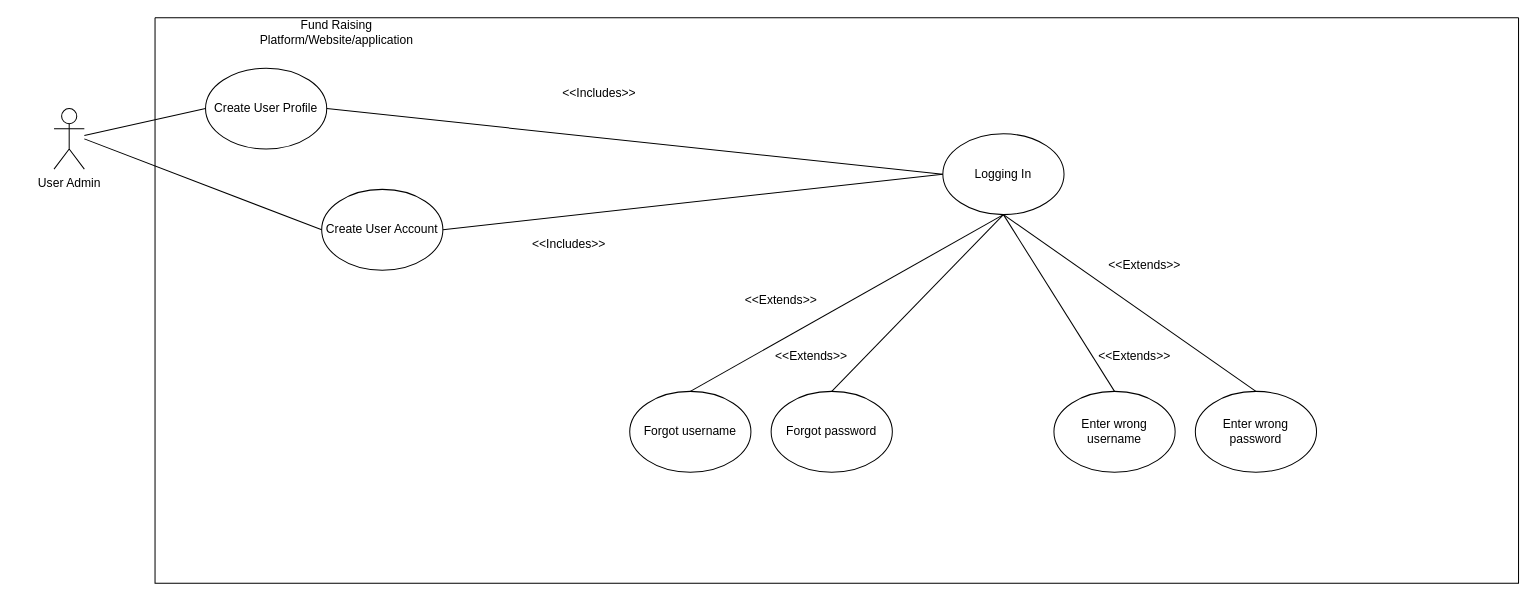
Above: page "User Admin Use Case Diagram" (1 of 35) of Diagrams/CSIT 314 Brain Boost Diagrams.drawio in allanchia1-stack/brain-boost (draw.io), before the change. Source tidied: cells renumbered, new cells numbered last; positions are measured from the earlier drawing's top-left corner, leaving out a move shared by most shapes. Both pictures are drawn from the tidied source at 101%, with x=0, y=0 at pixel (54, 17).
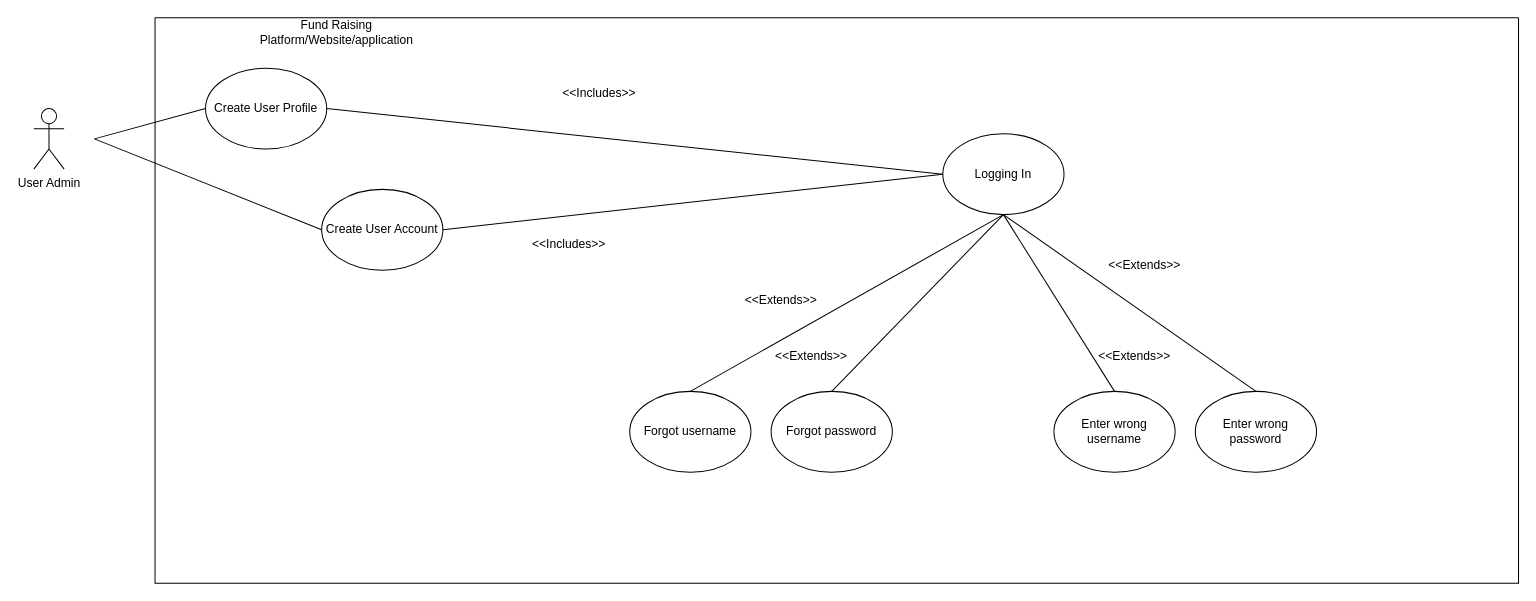
Above is the later version.

The change refers to these unchanged cells:
```xml
<mxCell id="5" value="Create User Profile" style="ellipse;whiteSpace=wrap;html=1;fillStyle=auto;fillColor=none;" parent="3" vertex="1">
  <mxGeometry x="50" y="50" width="120" height="80" as="geometry" />
</mxCell>
<mxCell id="6" value="Create User Account" style="ellipse;whiteSpace=wrap;html=1;fillStyle=auto;fillColor=none;" parent="3" vertex="1">
  <mxGeometry x="165" y="170" width="120" height="80" as="geometry" />
</mxCell>
```

Change to the diagram source:
```diff
@@
     <mxCell id="2" value="User Admin" style="shape=umlActor;verticalLabelPosition=bottom;verticalAlign=top;html=1;outlineConnect=0;" parent="1" vertex="1">
-      <mxGeometry y="90" width="30" height="60" as="geometry" />
+      <mxGeometry x="-20" y="90" width="30" height="60" as="geometry" />
     </mxCell>
@@
-    <mxCell id="24" style="endArrow=none;html=1;rounded=0;entryX=0;entryY=0.5;entryDx=0;entryDy=0;" parent="1" edge="1" source="2" target="5">
-      <mxGeometry relative="1" as="geometry" />
+    <mxCell id="24" style="endArrow=none;html=1;rounded=0;entryX=0;entryY=0.5;entryDx=0;entryDy=0;" parent="1" edge="1" target="5">
+      <mxGeometry relative="1" as="geometry">
+        <mxPoint x="40" y="120" as="sourcePoint" />
+      </mxGeometry>
     </mxCell>
     <mxCell id="25" style="endArrow=none;html=1;rounded=0;entryX=0;entryY=0.5;entryDx=0;entryDy=0;" parent="1" edge="1" target="6">
       <mxGeometry relative="1" as="geometry">
-        <mxPoint x="30" y="120" as="sourcePoint" />
+        <mxPoint x="40" y="120" as="sourcePoint" />
       </mxGeometry>
     </mxCell>
```
